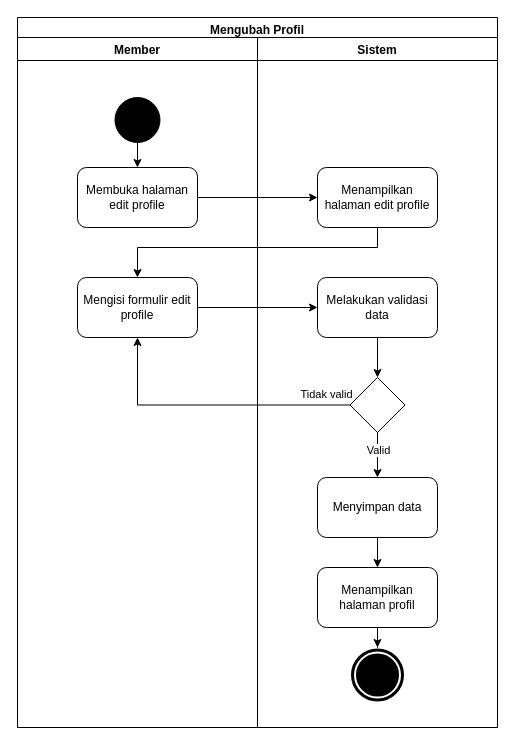
The draw.io diagram Diagram/Activity Diagram/6. mengubah profil.drawio in techie-jhs/thesis, before the edit. Source tidied: cells renumbered, new cells numbered last; positions are measured from the earlier drawing's top-left corner, leaving out a move shared by most shapes. Both pictures are drawn from the tidied source at 100%, with x=0, y=0 at pixel (17, 17).
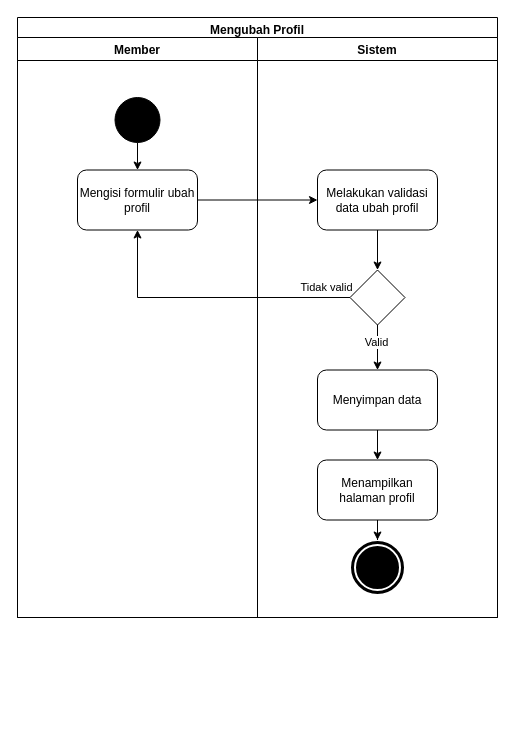
Above is the later version.

The change refers to these unchanged cells:
```xml
<mxCell id="5" style="ellipse;whiteSpace=wrap;html=1;fillColor=#000000;" parent="3" vertex="1">
  <mxGeometry x="97.5" y="60" width="45" height="45" as="geometry" />
</mxCell>
<mxCell id="11" style="edgeStyle=orthogonalEdgeStyle;rounded=0;jettySize=auto;html=1;" parent="8" edge="1" source="13" target="15">
  <mxGeometry relative="1" as="geometry" />
</mxCell>
```

What changed in the source:
```diff
@@
     <mxCell id="2" value="Mengubah Profil" style="swimlane;fillColor=none;" parent="1" vertex="1">
-      <mxGeometry width="480" height="710" as="geometry" />
+      <mxGeometry width="480" height="600" as="geometry" />
     </mxCell>
     <mxCell id="3" value="Member" style="swimlane;" parent="2" vertex="1">
-      <mxGeometry y="20" width="240" height="690" as="geometry" />
+      <mxGeometry y="20" width="240" height="580" as="geometry" />
     </mxCell>
-    <mxCell id="4" style="edgeStyle=orthogonalEdgeStyle;rounded=0;jettySize=auto;html=1;" parent="3" edge="1" source="5" target="6">
-      <mxGeometry relative="1" as="geometry" />
-    </mxCell>
+    <mxCell id="25" style="edgeStyle=orthogonalEdgeStyle;rounded=0;jettySize=auto;html=1;" parent="3" edge="1" source="5" target="7">
+      <mxGeometry relative="1" as="geometry" />
+    </mxCell>
@@
-    <mxCell id="6" value="Membuka halaman edit profile" style="rounded=1;whiteSpace=wrap;html=1;fillColor=none;" parent="3" vertex="1">
-      <mxGeometry x="60" y="130" width="120" height="60" as="geometry" />
-    </mxCell>
-    <mxCell id="7" value="&lt;span&gt;Mengisi formulir edit profile&lt;/span&gt;" style="rounded=1;whiteSpace=wrap;html=1;fillColor=none;" parent="3" vertex="1">
-      <mxGeometry x="60" y="240" width="120" height="60" as="geometry" />
+    <mxCell id="7" value="&lt;span&gt;Mengisi formulir ubah profil&lt;/span&gt;" style="rounded=1;whiteSpace=wrap;html=1;fillColor=none;" parent="3" vertex="1">
+      <mxGeometry x="60" y="132.5" width="120" height="60" as="geometry" />
     </mxCell>
     <mxCell id="8" value="Sistem" style="swimlane;" parent="2" vertex="1">
-      <mxGeometry x="240" y="20" width="240" height="690" as="geometry" />
+      <mxGeometry x="240" y="20" width="240" height="580" as="geometry" />
     </mxCell>
@@
-    <mxCell id="10" value="Melakukan validasi data" style="rounded=1;whiteSpace=wrap;html=1;fillColor=none;" parent="8" vertex="1">
-      <mxGeometry x="60" y="240" width="120" height="60" as="geometry" />
+    <mxCell id="10" value="Melakukan validasi data ubah profil" style="rounded=1;whiteSpace=wrap;html=1;fillColor=none;" parent="8" vertex="1">
+      <mxGeometry x="60" y="132.5" width="120" height="60" as="geometry" />
     </mxCell>
@@
     <mxCell id="12" value="Valid" style="edgeLabel;html=1;align=center;verticalAlign=middle;" parent="11" vertex="1">
       <mxGeometry x="-0.26" y="2" relative="1" as="geometry">
-        <mxPoint x="-2" as="offset" />
+        <mxPoint x="-4" as="offset" />
       </mxGeometry>
     </mxCell>
     <mxCell id="13" style="rhombus;whiteSpace=wrap;html=1;fillColor=none;" parent="8" vertex="1">
-      <mxGeometry x="92.5" y="340" width="55" height="55" as="geometry" />
+      <mxGeometry x="92.5" y="232.5" width="55" height="55" as="geometry" />
     </mxCell>
@@
     <mxCell id="15" value="Menyimpan data" style="rounded=1;whiteSpace=wrap;html=1;fillColor=none;" parent="8" vertex="1">
-      <mxGeometry x="60" y="440" width="120" height="60" as="geometry" />
+      <mxGeometry x="60" y="332.5" width="120" height="60" as="geometry" />
     </mxCell>
-    <mxCell id="16" value="Menampilkan halaman edit profile" style="rounded=1;whiteSpace=wrap;html=1;fillColor=none;" parent="8" vertex="1">
-      <mxGeometry x="60" y="130" width="120" height="60" as="geometry" />
-    </mxCell>
     <mxCell id="17" style="ellipse;shape=doubleEllipse;whiteSpace=wrap;html=1;fillColor=#000000;strokeColor=#FFFFFF;strokeWidth=2;" parent="8" vertex="1">
-      <mxGeometry x="92.5" y="610" width="55" height="55" as="geometry" />
+      <mxGeometry x="92.5" y="502.5" width="55" height="55" as="geometry" />
     </mxCell>
@@
     <mxCell id="19" value="Menampilkan halaman profil" style="rounded=1;whiteSpace=wrap;html=1;fillColor=none;" parent="8" vertex="1">
-      <mxGeometry x="60" y="530" width="120" height="60" as="geometry" />
+      <mxGeometry x="60" y="422.5" width="120" height="60" as="geometry" />
     </mxCell>
     <mxCell id="20" style="edgeStyle=orthogonalEdgeStyle;rounded=0;jettySize=auto;html=1;entryX=0.5;entryY=1;entryDx=0;entryDy=0;exitX=0;exitY=0.5;exitDx=0;exitDy=0;" parent="2" edge="1" source="13" target="7">
       <mxGeometry relative="1" as="geometry">
         <Array as="points">
-          <mxPoint x="120" y="388" />
+          <mxPoint x="120" y="280.5" />
         </Array>
       </mxGeometry>
     </mxCell>
@@
-    <mxCell id="22" style="edgeStyle=orthogonalEdgeStyle;rounded=0;jettySize=auto;html=1;entryX=0;entryY=0.5;entryDx=0;entryDy=0;" parent="2" edge="1" source="6" target="16">
-      <mxGeometry relative="1" as="geometry" />
-    </mxCell>
-    <mxCell id="23" style="edgeStyle=orthogonalEdgeStyle;rounded=0;jettySize=auto;html=1;" parent="2" edge="1" source="16" target="7">
-      <mxGeometry relative="1" as="geometry">
-        <Array as="points">
-          <mxPoint x="360" y="230" />
-          <mxPoint x="120" y="230" />
-        </Array>
-      </mxGeometry>
-    </mxCell>
```
